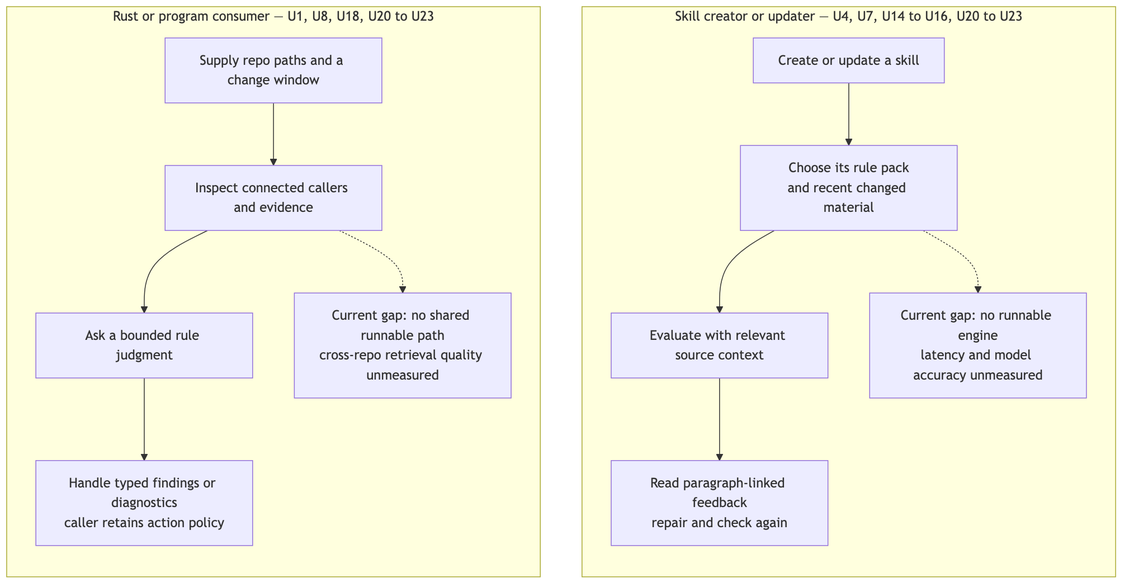
Above: docs/specs/2026-10-12-rust-rule-engine/assets/requirements-change-journeys.png in ShravanSunder/sunstack-tools (Mermaid), before the change. Its source is kept beside it as docs/specs/2026-10-12-rust-rule-engine/assets/requirements-change-journeys.mmd.
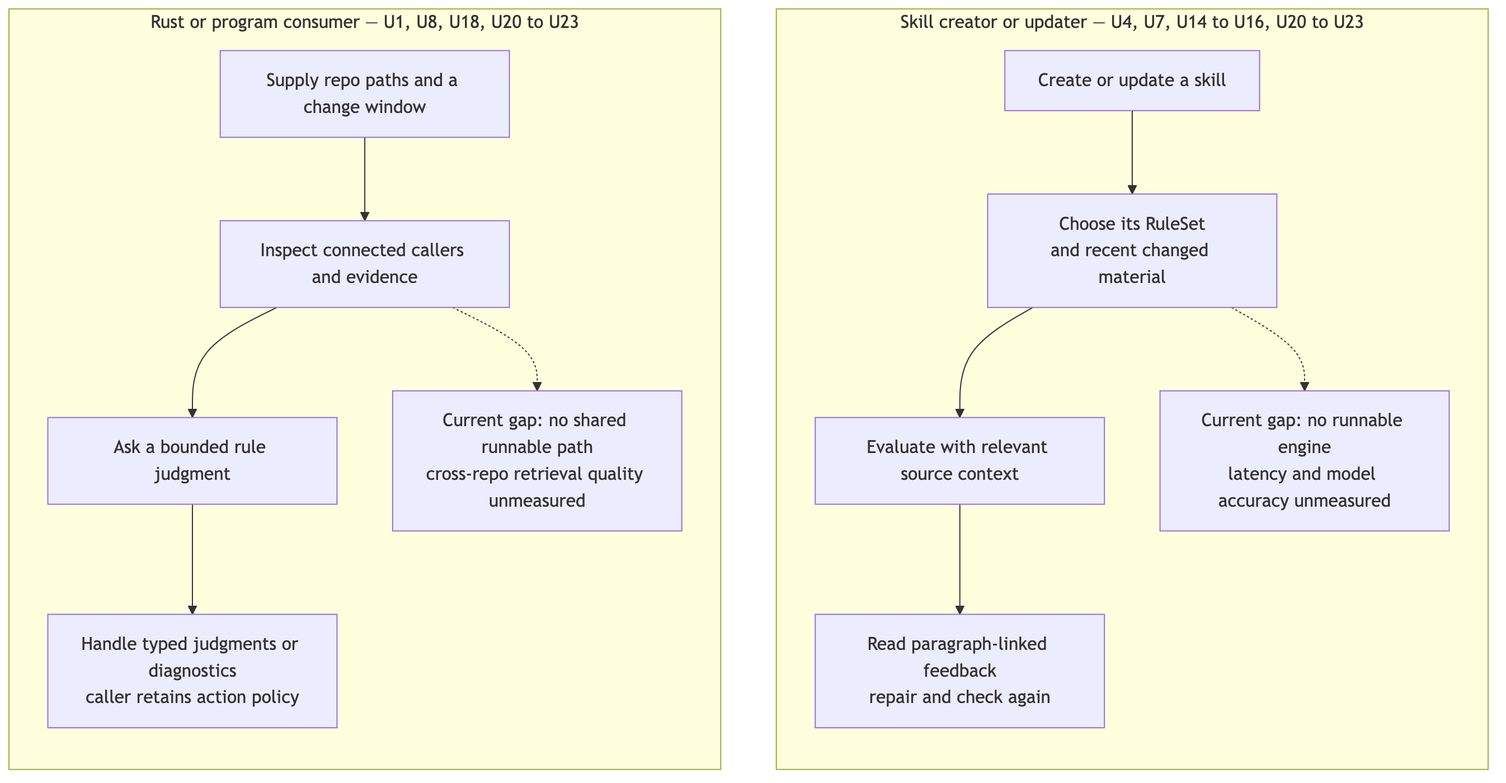
The same file after the commit.

The edit, as a diff of the source:
```diff
@@ -1,7 +1,7 @@
 flowchart TB
   subgraph Skill["Skill creator or updater — U4, U7, U14 to U16, U20 to U23"]
     direction TB
-    S1["Create or update a skill"] --> S2["Choose its rule pack<br/>and recent changed material"]
+    S1["Create or update a skill"] --> S2["Choose its RuleSet<br/>and recent changed material"]
     S2 --> S3["Evaluate with relevant source context"]
     S3 --> S4["Read paragraph-linked feedback<br/>repair and check again"]
     S2 -.-> SG["Current gap: no runnable engine<br/>latency and model accuracy unmeasured"]
@@ -10,6 +10,6 @@
     direction TB
     N1["Supply repo paths and a change window"] --> N2["Inspect connected callers and evidence"]
     N2 --> N3["Ask a bounded rule judgment"]
-    N3 --> N4["Handle typed findings or diagnostics<br/>caller retains action policy"]
+    N3 --> N4["Handle typed judgments or diagnostics<br/>caller retains action policy"]
     N2 -.-> NG["Current gap: no shared runnable path<br/>cross-repo retrieval quality unmeasured"]
   end
```
